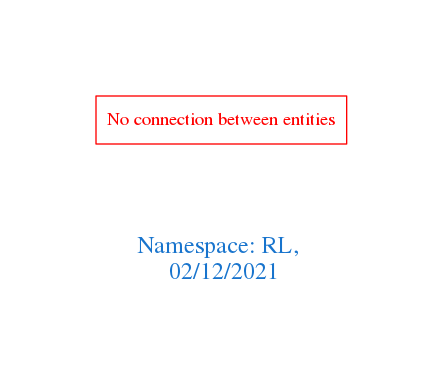
The Graphviz diagram downloads/RL.png in arago/OGIT, before a commit. Its source is kept beside it as downloads/RL.dot. Its diagram source:
```dot
digraph OGIT_ontology {
 graph [ rankdir= LR,pad=1
fontsize = 18,
fontcolor= dodgerblue3,label = "\n\n\nNamespace: RL, \n 02/12/2021"];
node[shape=polygon];
edge [  color="gray81"];

"No connection between entities" [fontcolor = "red",color="red", shape="polygon"]
}
```
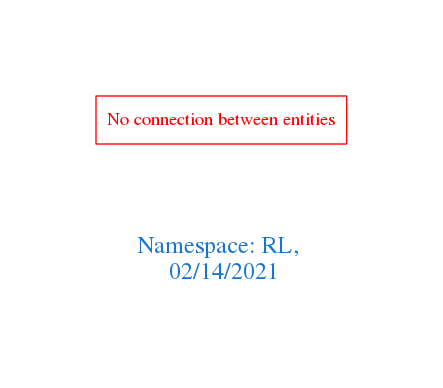
After the change.

Change to the diagram source:
```diff
@@ -1,7 +1,7 @@
 digraph OGIT_ontology {
  graph [ rankdir= LR,pad=1
 fontsize = 18,
-fontcolor= dodgerblue3,label = "\n\n\nNamespace: RL, \n 02/12/2021"];
+fontcolor= dodgerblue3,label = "\n\n\nNamespace: RL, \n 02/14/2021"];
 node[shape=polygon];
 edge [  color="gray81"];
 
```
